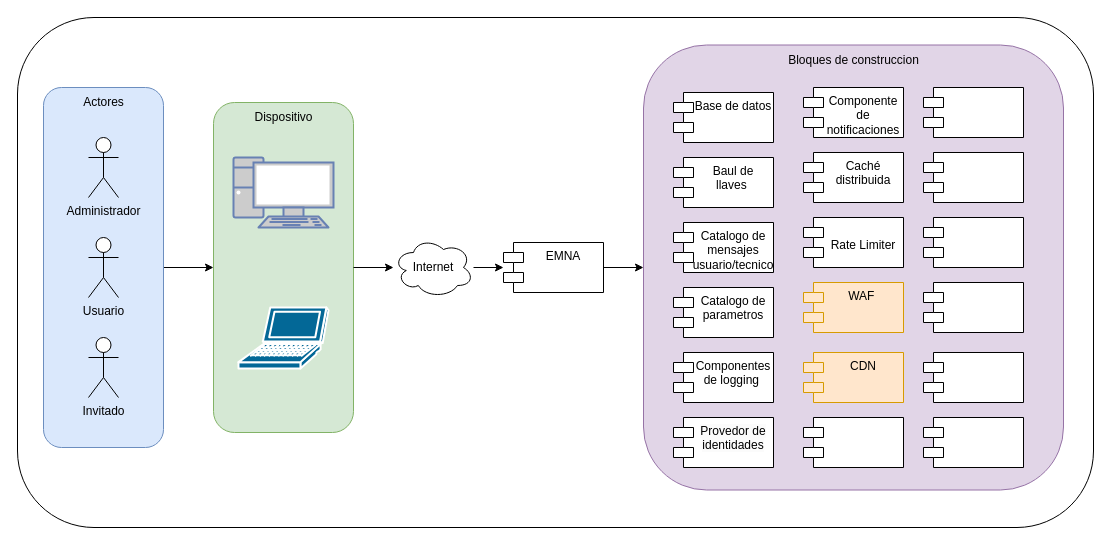
This is page "ModeloContexto-ArquitecturaReferencia" (2 of 3) of ExtraClase/Modelo.drawio from shesho22/IS2, a draw.io file, before an edit. Source tidied: cells renumbered, new cells numbered last; positions are measured from the earlier drawing's top-left corner, leaving out a move shared by most shapes. Both pictures are drawn from the tidied source at 100%, with x=0, y=0 at pixel (17, 17).
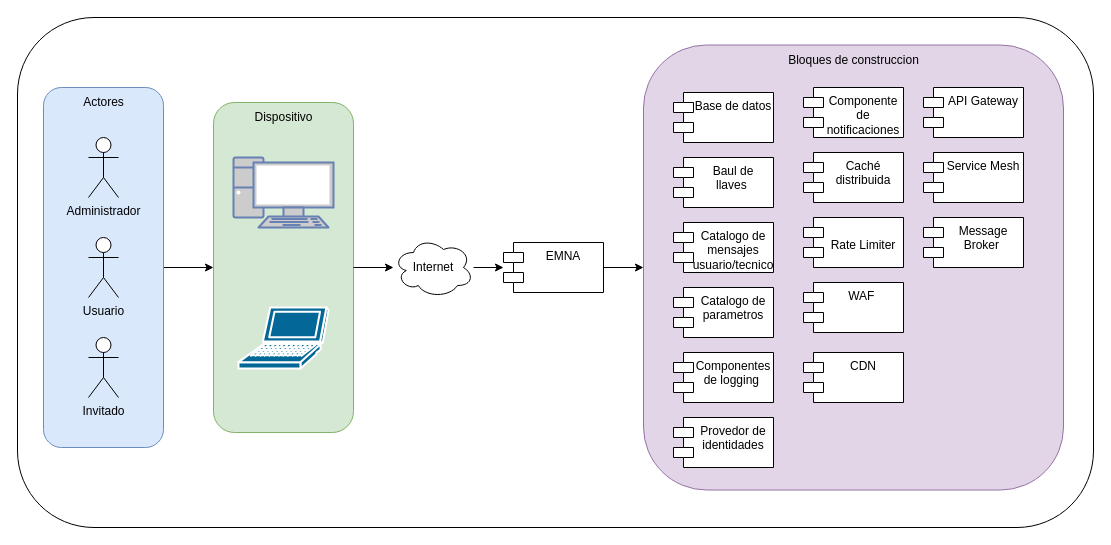
The same page after the edit.

What changed in the source:
```diff
@@
-    <mxCell id="28" value="WAF&amp;nbsp;" style="shape=module;align=left;spacingLeft=20;align=center;verticalAlign=top;whiteSpace=wrap;html=1;fillColor=#ffe6cc;strokeColor=#d79b00;" parent="1" vertex="1">
+    <mxCell id="28" value="WAF&amp;nbsp;" style="shape=module;align=left;spacingLeft=20;align=center;verticalAlign=top;whiteSpace=wrap;html=1;" parent="1" vertex="1">
       <mxGeometry x="786" y="265" width="100" height="50" as="geometry" />
     </mxCell>
-    <mxCell id="29" value="CDN" style="shape=module;align=left;spacingLeft=20;align=center;verticalAlign=top;whiteSpace=wrap;html=1;fillColor=#ffe6cc;strokeColor=#d79b00;" parent="1" vertex="1">
+    <mxCell id="29" value="CDN" style="shape=module;align=left;spacingLeft=20;align=center;verticalAlign=top;whiteSpace=wrap;html=1;" parent="1" vertex="1">
       <mxGeometry x="786" y="335" width="100" height="50" as="geometry" />
     </mxCell>
-    <mxCell id="30" style="shape=module;align=left;spacingLeft=20;align=center;verticalAlign=top;whiteSpace=wrap;html=1;" parent="1" vertex="1">
-      <mxGeometry x="786" y="400" width="100" height="50" as="geometry" />
-    </mxCell>
-    <mxCell id="31" style="shape=module;align=left;spacingLeft=20;align=center;verticalAlign=top;whiteSpace=wrap;html=1;" parent="1" vertex="1">
+    <mxCell id="31" value="API Gateway" style="shape=module;align=left;spacingLeft=20;align=center;verticalAlign=top;whiteSpace=wrap;html=1;" parent="1" vertex="1">
       <mxGeometry x="906" y="70" width="100" height="50" as="geometry" />
     </mxCell>
-    <mxCell id="32" style="shape=module;align=left;spacingLeft=20;align=center;verticalAlign=top;whiteSpace=wrap;html=1;" parent="1" vertex="1">
+    <mxCell id="32" value="Service Mesh" style="shape=module;align=left;spacingLeft=20;align=center;verticalAlign=top;whiteSpace=wrap;html=1;" parent="1" vertex="1">
       <mxGeometry x="906" y="135" width="100" height="50" as="geometry" />
     </mxCell>
-    <mxCell id="33" style="shape=module;align=left;spacingLeft=20;align=center;verticalAlign=top;whiteSpace=wrap;html=1;" parent="1" vertex="1">
+    <mxCell id="33" value="Message Broker&amp;nbsp;" style="shape=module;align=left;spacingLeft=20;align=center;verticalAlign=top;whiteSpace=wrap;html=1;" parent="1" vertex="1">
       <mxGeometry x="906" y="200" width="100" height="50" as="geometry" />
     </mxCell>
-    <mxCell id="34" style="shape=module;align=left;spacingLeft=20;align=center;verticalAlign=top;whiteSpace=wrap;html=1;" parent="1" vertex="1">
-      <mxGeometry x="906" y="265" width="100" height="50" as="geometry" />
-    </mxCell>
-    <mxCell id="35" style="shape=module;align=left;spacingLeft=20;align=center;verticalAlign=top;whiteSpace=wrap;html=1;" parent="1" vertex="1">
-      <mxGeometry x="906" y="335" width="100" height="50" as="geometry" />
-    </mxCell>
-    <mxCell id="36" style="shape=module;align=left;spacingLeft=20;align=center;verticalAlign=top;whiteSpace=wrap;html=1;" parent="1" vertex="1">
-      <mxGeometry x="906" y="400" width="100" height="50" as="geometry" />
-    </mxCell>
```
